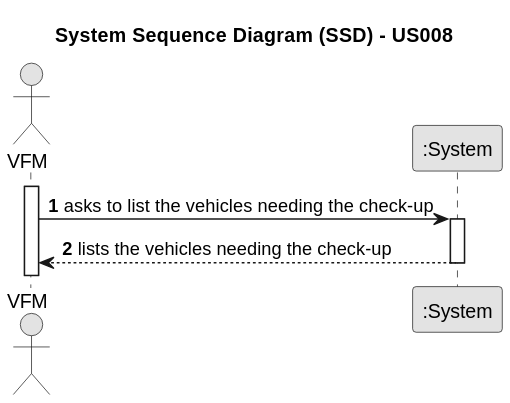
This is docs/sprintB/us008/01.requirements-engineering/svg/us008-system-sequence-diagram.svg from Departamento-de-Engenharia-Informatica/lei-24-s2-1dm-g132, a PlantUML export, as it was before one commit.
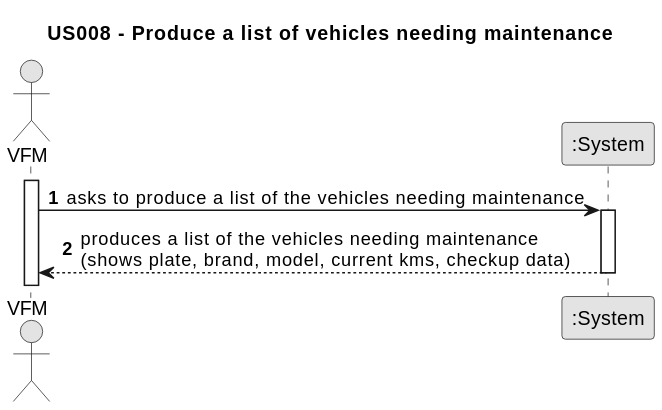
The same diagram one commit later.

Commit message:
US008 ssd update: title

Change to the diagram source:
```diff
@@ -3,7 +3,7 @@
 skinparam packageStyle rectangle
 skinparam shadowing false
 
-title System Sequence Diagram (SSD) - US008
+title US008 - Produce a list of vehicles needing maintenance
 
 autonumber
 
@@ -12,9 +12,9 @@
 
 activate Employee
 
-    Employee -> System : asks to list the vehicles needing the check-up
+    Employee -> System : asks to produce a list of the vehicles needing maintenance
     activate System
 
-    System --> Employee : lists the vehicles needing the check-up
+    System --> Employee : produces a list of the vehicles needing maintenance \n(shows plate, brand, model, current kms, checkup data)
     deactivate System
 @enduml
```
